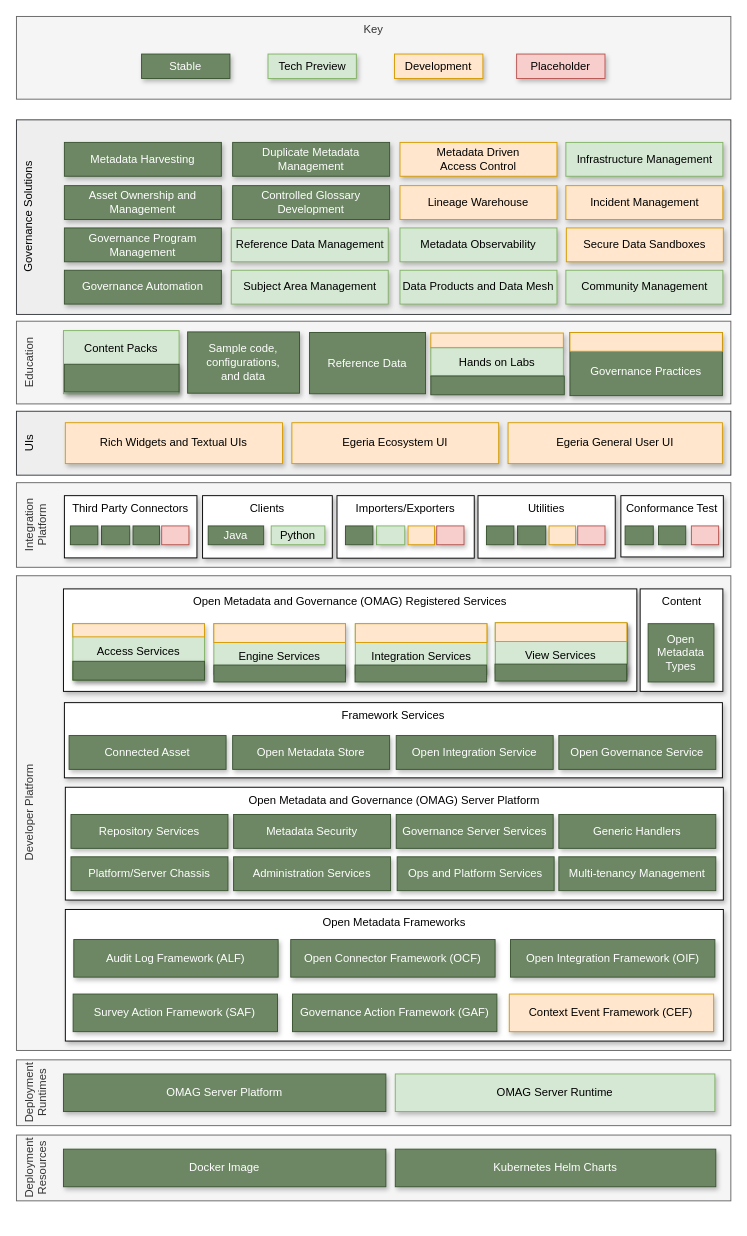
odpi/egeria-docs keeps this draw.io diagram as page "release-5.0" (29 of 29) of site/docs/release-notes/egeria-status.drawio. Above is the earlier version. Source tidied: cells renumbered, new cells numbered last; positions are measured from the earlier drawing's top-left corner, leaving out a move shared by most shapes. Both pictures are drawn from the tidied source at 94%, with x=0, y=0 at pixel (16, 16).
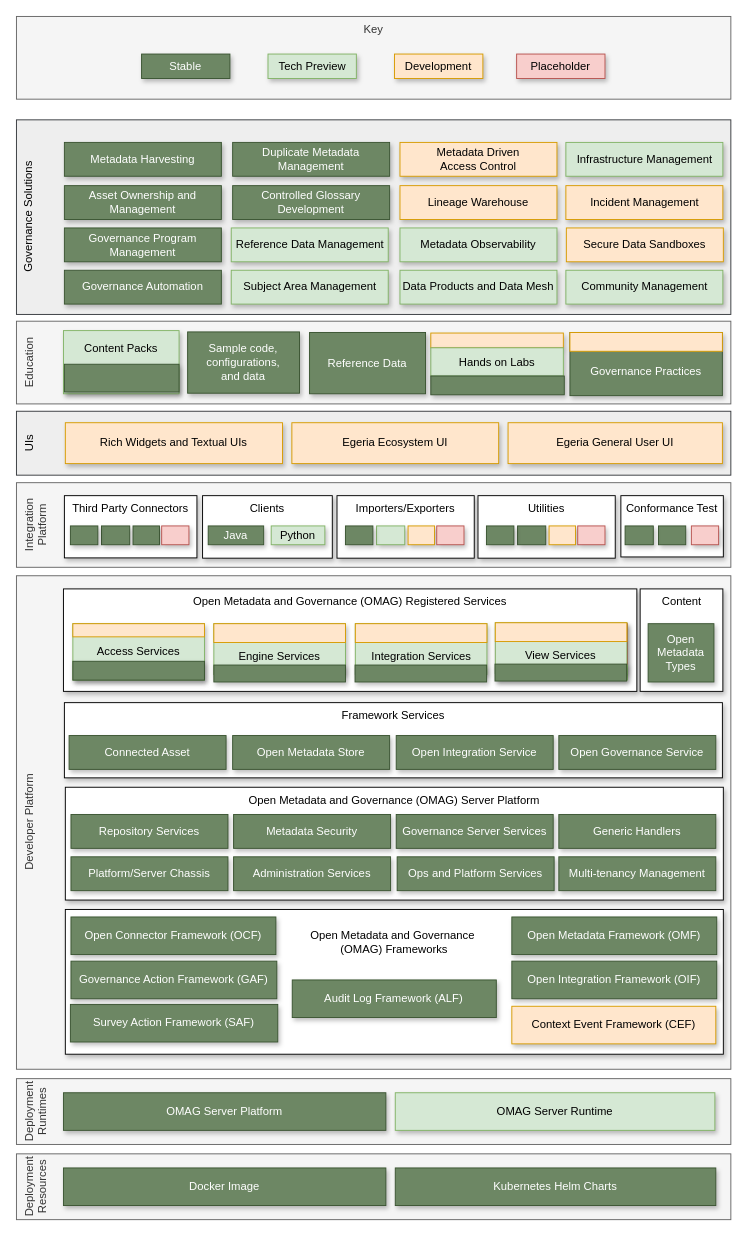
The same page after the edit.

What changed in the source:
```diff
@@
     <mxCell id="2" value="Developer Platform" style="rounded=0;whiteSpace=wrap;html=1;horizontal=0;verticalAlign=top;fillColor=#f5f5f5;strokeColor=#666666;fontColor=#333333;" parent="1" vertex="1">
-      <mxGeometry y="595" width="760" height="505" as="geometry" />
+      <mxGeometry y="595" width="760" height="525" as="geometry" />
     </mxCell>
@@
-    <mxCell id="5" value="Open Metadata Frameworks" style="rounded=0;whiteSpace=wrap;html=1;align=center;verticalAlign=top;shadow=1;" parent="1" vertex="1">
-      <mxGeometry x="52" y="950" width="700" height="140" as="geometry" />
-    </mxCell>
@@
     <mxCell id="57" value="Deployment Resources" style="rounded=0;whiteSpace=wrap;html=1;horizontal=0;verticalAlign=top;fillColor=#f5f5f5;strokeColor=#666666;fontColor=#333333;" parent="1" vertex="1">
-      <mxGeometry y="1190" width="760" height="70" as="geometry" />
+      <mxGeometry y="1210" width="760" height="70" as="geometry" />
     </mxCell>
     <mxCell id="58" value="Kubernetes Helm Charts" style="rounded=0;whiteSpace=wrap;html=1;align=center;shadow=1;fillColor=#6d8764;strokeColor=#3A5431;fontColor=#ffffff;" parent="1" vertex="1">
-      <mxGeometry x="403" y="1205" width="341" height="40" as="geometry" />
+      <mxGeometry x="403" y="1225" width="341" height="40" as="geometry" />
     </mxCell>
@@
-    <mxCell id="88" value="Open Connector Framework (OCF)" style="rounded=0;whiteSpace=wrap;html=1;align=center;shadow=1;fillColor=#6d8764;strokeColor=#3A5431;fontColor=#ffffff;" parent="1" vertex="1">
-      <mxGeometry x="291.8" y="982" width="217.4" height="40" as="geometry" />
-    </mxCell>
-    <mxCell id="89" value="Audit Log Framework (ALF)" style="rounded=0;whiteSpace=wrap;html=1;align=center;shadow=1;fillColor=#6d8764;strokeColor=#3A5431;fontColor=#ffffff;" parent="1" vertex="1">
-      <mxGeometry x="61" y="982" width="217.4" height="40" as="geometry" />
-    </mxCell>
-    <mxCell id="90" style="edgeStyle=orthogonalEdgeStyle;rounded=0;orthogonalLoop=1;jettySize=auto;html=1;exitX=0.5;exitY=1;exitDx=0;exitDy=0;shadow=1;fillColor=#d5e8d4;strokeColor=#82b366;" parent="1" edge="1" source="88" target="88">
-      <mxGeometry relative="1" as="geometry" />
-    </mxCell>
-    <mxCell id="91" value="Open Integration Framework (OIF)" style="rounded=0;whiteSpace=wrap;html=1;align=center;shadow=1;fillColor=#6d8764;strokeColor=#3A5431;fontColor=#ffffff;" parent="1" vertex="1">
-      <mxGeometry x="525.6" y="982" width="217.4" height="40" as="geometry" />
-    </mxCell>
-    <mxCell id="92" value="Survey Action Framework (SAF)" style="rounded=0;whiteSpace=wrap;html=1;align=center;shadow=1;fillColor=#6d8764;strokeColor=#3A5431;fontColor=#ffffff;" parent="1" vertex="1">
-      <mxGeometry x="60.3" y="1040" width="217.4" height="40" as="geometry" />
-    </mxCell>
-    <mxCell id="93" value="Governance Action Framework (GAF)" style="rounded=0;whiteSpace=wrap;html=1;align=center;shadow=1;fillColor=#6d8764;strokeColor=#3A5431;fontColor=#ffffff;" parent="1" vertex="1">
-      <mxGeometry x="293.7" y="1040" width="217.4" height="40" as="geometry" />
-    </mxCell>
-    <mxCell id="94" value="Context Event Framework (CEF)" style="rounded=0;whiteSpace=wrap;html=1;align=center;shadow=1;fillColor=#ffe6cc;strokeColor=#d79b00;" parent="1" vertex="1">
-      <mxGeometry x="524.3" y="1040" width="217.4" height="40" as="geometry" />
-    </mxCell>
@@
     <mxCell id="99" value="Docker Image" style="rounded=0;whiteSpace=wrap;html=1;align=center;shadow=1;fillColor=#6d8764;strokeColor=#3A5431;fontColor=#ffffff;" parent="1" vertex="1">
-      <mxGeometry x="50" y="1205" width="343" height="40" as="geometry" />
+      <mxGeometry x="50" y="1225" width="343" height="40" as="geometry" />
     </mxCell>
     <mxCell id="100" value="Deployment Runtimes" style="rounded=0;whiteSpace=wrap;html=1;horizontal=0;verticalAlign=top;fillColor=#f5f5f5;strokeColor=#666666;fontColor=#333333;" parent="1" vertex="1">
-      <mxGeometry y="1110" width="760" height="70" as="geometry" />
+      <mxGeometry y="1130" width="760" height="70" as="geometry" />
     </mxCell>
     <mxCell id="101" value="OMAG Server Runtime" style="rounded=0;whiteSpace=wrap;html=1;align=center;shadow=1;fillColor=#d5e8d4;strokeColor=#82b366;" parent="1" vertex="1">
-      <mxGeometry x="403" y="1125" width="340" height="40" as="geometry" />
+      <mxGeometry x="403" y="1145" width="340" height="40" as="geometry" />
     </mxCell>
     <mxCell id="102" value="OMAG Server Platform" style="rounded=0;whiteSpace=wrap;html=1;align=center;shadow=1;fillColor=#6d8764;strokeColor=#3A5431;fontColor=#ffffff;" parent="1" vertex="1">
-      <mxGeometry x="50" y="1125" width="343" height="40" as="geometry" />
+      <mxGeometry x="50" y="1145" width="343" height="40" as="geometry" />
     </mxCell>
@@
+    <mxCell id="107" value="&lt;div&gt;&lt;br&gt;&lt;/div&gt;Open Metadata and Governance&amp;nbsp;&lt;div&gt;(OMAG) Frameworks&lt;/div&gt;" style="rounded=0;whiteSpace=wrap;html=1;align=center;verticalAlign=top;shadow=1;" parent="1" vertex="1">
+      <mxGeometry x="52" y="950" width="700" height="154" as="geometry" />
+    </mxCell>
+    <mxCell id="88" value="Open Connector Framework (OCF)" style="rounded=0;whiteSpace=wrap;html=1;align=center;shadow=1;fillColor=#6d8764;strokeColor=#3A5431;fontColor=#ffffff;" parent="1" vertex="1">
+      <mxGeometry x="58" y="958" width="218" height="40" as="geometry" />
+    </mxCell>
+    <mxCell id="89" value="Audit Log Framework (ALF)" style="rounded=0;whiteSpace=wrap;html=1;align=center;shadow=1;fillColor=#6d8764;strokeColor=#3A5431;fontColor=#ffffff;" parent="1" vertex="1">
+      <mxGeometry x="293.4" y="1025" width="217.1" height="40" as="geometry" />
+    </mxCell>
+    <mxCell id="90" style="edgeStyle=orthogonalEdgeStyle;rounded=0;orthogonalLoop=1;jettySize=auto;html=1;exitX=0.5;exitY=1;exitDx=0;exitDy=0;shadow=1;fillColor=#6d8764;strokeColor=#3A5431;" parent="1" edge="1" source="88" target="88">
+      <mxGeometry relative="1" as="geometry" />
+    </mxCell>
+    <mxCell id="91" value="Open Integration Framework (OIF)" style="rounded=0;whiteSpace=wrap;html=1;align=center;shadow=1;fillColor=#6d8764;strokeColor=#3A5431;fontColor=#ffffff;" parent="1" vertex="1">
+      <mxGeometry x="527" y="1005" width="218" height="40" as="geometry" />
+    </mxCell>
+    <mxCell id="92" value="Survey Action Framework (SAF)" style="rounded=0;whiteSpace=wrap;html=1;align=center;shadow=1;fillColor=#6d8764;strokeColor=#3A5431;fontColor=#ffffff;" parent="1" vertex="1">
+      <mxGeometry x="57.4" y="1051" width="220.6" height="40" as="geometry" />
+    </mxCell>
+    <mxCell id="93" value="Governance Action Framework (GAF)" style="rounded=0;whiteSpace=wrap;html=1;align=center;shadow=1;fillColor=#6d8764;strokeColor=#3A5431;fontColor=#ffffff;" parent="1" vertex="1">
+      <mxGeometry x="58" y="1005" width="219" height="40" as="geometry" />
+    </mxCell>
+    <mxCell id="94" value="Context Event Framework (CEF)" style="rounded=0;whiteSpace=wrap;html=1;align=center;shadow=1;fillColor=#ffe6cc;strokeColor=#d79b00;" parent="1" vertex="1">
+      <mxGeometry x="527" y="1053" width="217" height="40" as="geometry" />
+    </mxCell>
+    <mxCell id="108" value="Open Metadata Framework (OMF)" style="rounded=0;whiteSpace=wrap;html=1;align=center;shadow=1;fillColor=#6d8764;strokeColor=#3A5431;fontColor=#ffffff;" parent="1" vertex="1">
+      <mxGeometry x="527" y="958" width="218" height="40" as="geometry" />
+    </mxCell>
```
